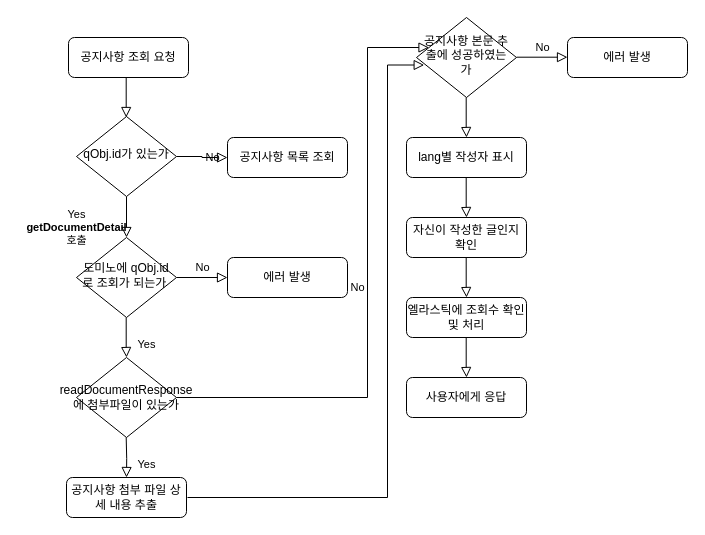
HeoJeongJu/flow keeps this draw.io diagram as page "Page-1" (1 of 2) of 제목 없는 다이어그램.drawio. Above is the earlier version. Source tidied: cells renumbered, new cells numbered last; positions are measured from the earlier drawing's top-left corner, leaving out a move shared by most shapes. Both pictures are drawn from the tidied source at 100%, with x=0, y=0 at pixel (66, 17).
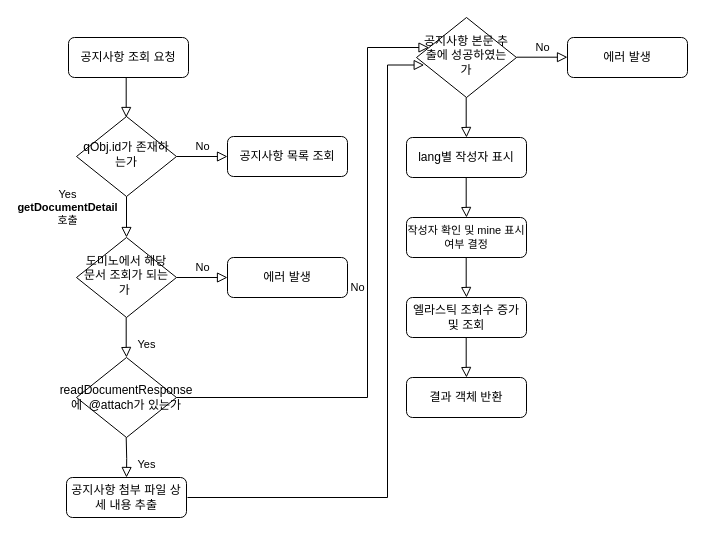
The same diagram, later.

Commit message:
제목 없는 다이어그램.drawio 업데이트

Diff of the diagram source:
```diff
@@
     <mxCell id="3" value="Yes&lt;div&gt;&lt;b&gt;getDocumentDetail&lt;/b&gt;&lt;/div&gt;&lt;div&gt;호출&lt;/div&gt;" style="rounded=0;html=1;jettySize=auto;fontSize=11;endArrow=block;endFill=0;endSize=8;strokeWidth=1;shadow=0;labelBackgroundColor=none;edgeStyle=orthogonalEdgeStyle;entryX=0.5;entryY=0;entryDx=0;entryDy=0;exitX=0.5;exitY=1;exitDx=0;exitDy=0;" parent="1" edge="1" source="5" target="9">
-      <mxGeometry x="0.5" y="-50" relative="1" as="geometry" />
+      <mxGeometry x="-0.46" y="-59" relative="1" as="geometry" />
     </mxCell>
@@
-    <mxCell id="5" value="&lt;p style=&quot;margin-top: 0pt; margin-bottom: 0pt; margin-left: 0in; direction: ltr; unicode-bidi: embed;&quot;&gt;&lt;span style=&quot;font-family: &amp;quot;맑은 고딕&amp;quot;;&quot;&gt;qObj.id&lt;/span&gt;&lt;span style=&quot;font-family: &amp;quot;맑은 고딕&amp;quot;;&quot;&gt;가 있는가&lt;/span&gt;&lt;/p&gt;" style="rhombus;whiteSpace=wrap;html=1;shadow=0;fontFamily=Helvetica;fontSize=12;align=center;strokeWidth=1;spacing=6;spacingTop=-4;" parent="1" vertex="1">
+    <mxCell id="5" value="&lt;p style=&quot;margin-top: 0pt; margin-bottom: 0pt; margin-left: 0in; direction: ltr; unicode-bidi: embed;&quot;&gt;&lt;span style=&quot;font-family: &amp;quot;맑은 고딕&amp;quot;;&quot;&gt;qObj.id&lt;/span&gt;&lt;span style=&quot;font-family: &amp;quot;맑은 고딕&amp;quot;;&quot;&gt;가 존재하는가&lt;/span&gt;&lt;/p&gt;" style="rhombus;whiteSpace=wrap;html=1;shadow=0;fontFamily=Helvetica;fontSize=12;align=center;strokeWidth=1;spacing=6;spacingTop=-4;" parent="1" vertex="1">
       <mxGeometry x="10" y="99" width="100" height="80" as="geometry" />
     </mxCell>
     <mxCell id="6" value="&lt;p style=&quot;margin-top: 0pt; margin-bottom: 0pt; margin-left: 0in; direction: ltr; unicode-bidi: embed;&quot;&gt;&lt;span style=&quot;font-family: &amp;quot;맑은 고딕&amp;quot;;&quot;&gt;&lt;font style=&quot;font-size: 12px;&quot;&gt;공지사항 목록 조회&lt;/font&gt;&lt;/span&gt;&lt;/p&gt;" style="rounded=1;whiteSpace=wrap;html=1;fontSize=12;glass=0;strokeWidth=1;shadow=0;" parent="1" vertex="1">
-      <mxGeometry x="161" y="120" width="120" height="40" as="geometry" />
+      <mxGeometry x="161" y="119" width="120" height="40" as="geometry" />
     </mxCell>
@@
-    <mxCell id="9" value="&lt;p style=&quot;margin-top: 0pt; margin-bottom: 0pt; margin-left: 0in; direction: ltr; unicode-bidi: embed;&quot;&gt;&lt;span style=&quot;font-family: &amp;quot;맑은 고딕&amp;quot;;&quot;&gt;도미노에 &lt;/span&gt;&lt;span style=&quot;font-family: &amp;quot;맑은 고딕&amp;quot;;&quot;&gt;qObj.id&lt;/span&gt;&lt;span style=&quot;font-family: &amp;quot;맑은 고딕&amp;quot;;&quot;&gt;로 조회가 되는가&amp;nbsp;&lt;/span&gt;&lt;/p&gt;" style="rhombus;whiteSpace=wrap;html=1;shadow=0;fontFamily=Helvetica;fontSize=12;align=center;strokeWidth=1;spacing=6;spacingTop=-4;" parent="1" vertex="1">
+    <mxCell id="9" value="&lt;p style=&quot;margin-top: 0pt; margin-bottom: 0pt; margin-left: 0in; direction: ltr; unicode-bidi: embed;&quot;&gt;&lt;span style=&quot;font-family: &amp;quot;맑은 고딕&amp;quot;;&quot;&gt;도미노에서 해당 문서&lt;/span&gt;&lt;span style=&quot;font-family: &amp;quot;맑은 고딕&amp;quot;;&quot;&gt;&amp;nbsp;조회가 되는가&amp;nbsp;&lt;/span&gt;&lt;/p&gt;" style="rhombus;whiteSpace=wrap;html=1;shadow=0;fontFamily=Helvetica;fontSize=12;align=center;strokeWidth=1;spacing=6;spacingTop=-4;" parent="1" vertex="1">
       <mxGeometry x="10" y="220" width="100" height="80" as="geometry" />
     </mxCell>
@@
-    <mxCell id="11" value="&lt;p style=&quot;margin-top: 0pt; margin-bottom: 0pt; margin-left: 0in; direction: ltr; unicode-bidi: embed;&quot;&gt;&lt;span style=&quot;font-family: &amp;quot;맑은 고딕&amp;quot;;&quot;&gt;&lt;font style=&quot;font-size: 12px;&quot;&gt;readDocumentResponse&lt;/font&gt;&lt;/span&gt;&lt;/p&gt;&lt;p style=&quot;margin-top: 0pt; margin-bottom: 0pt; margin-left: 0in; direction: ltr; unicode-bidi: embed;&quot;&gt;&lt;span style=&quot;font-family: &amp;quot;맑은 고딕&amp;quot;;&quot;&gt;&lt;font style=&quot;font-size: 12px;&quot;&gt;에 첨부파일이 있는가&lt;/font&gt;&lt;/span&gt;&lt;/p&gt;" style="rhombus;whiteSpace=wrap;html=1;" parent="1" vertex="1">
+    <mxCell id="11" value="&lt;p style=&quot;margin-top: 0pt; margin-bottom: 0pt; margin-left: 0in; direction: ltr; unicode-bidi: embed;&quot;&gt;&lt;span style=&quot;font-family: &amp;quot;맑은 고딕&amp;quot;;&quot;&gt;&lt;font style=&quot;font-size: 12px;&quot;&gt;readDocumentResponse&lt;/font&gt;&lt;/span&gt;&lt;/p&gt;&lt;p style=&quot;margin-top: 0pt; margin-bottom: 0pt; margin-left: 0in; direction: ltr; unicode-bidi: embed;&quot;&gt;&lt;span style=&quot;font-family: &amp;quot;맑은 고딕&amp;quot;;&quot;&gt;&lt;font style=&quot;font-size: 12px;&quot;&gt;에&amp;nbsp;&lt;/font&gt;&lt;/span&gt; @attach가&lt;span style=&quot;font-family: &amp;quot;맑은 고딕&amp;quot;;&quot;&gt;&lt;font style=&quot;font-size: 12px;&quot;&gt;&amp;nbsp;있는가&lt;/font&gt;&lt;/span&gt;&lt;/p&gt;" style="rhombus;whiteSpace=wrap;html=1;" parent="1" vertex="1">
       <mxGeometry x="10" y="340" width="100" height="80" as="geometry" />
     </mxCell>
@@
-    <mxCell id="23" value="&lt;p style=&quot;margin-top: 0pt; margin-bottom: 0pt; margin-left: 0in; direction: ltr; unicode-bidi: embed;&quot;&gt;&lt;font face=&quot;맑은 고딕&quot;&gt;&lt;span style=&quot;font-size: 12px;&quot;&gt;자신이 작성한 글인지 확인&lt;/span&gt;&lt;/font&gt;&lt;/p&gt;" style="rounded=1;whiteSpace=wrap;html=1;fontSize=11;glass=0;strokeWidth=1;shadow=0;" parent="1" vertex="1">
+    <mxCell id="23" value="&lt;p style=&quot;margin-top: 0pt; margin-bottom: 0pt; margin-left: 0in; direction: ltr; unicode-bidi: embed;&quot;&gt;작성자 확인 및 mine 표시 여부 결정&lt;br&gt;&lt;/p&gt;" style="rounded=1;whiteSpace=wrap;html=1;fontSize=11;glass=0;strokeWidth=1;shadow=0;" parent="1" vertex="1">
       <mxGeometry x="340" y="200" width="120" height="40" as="geometry" />
     </mxCell>
-    <mxCell id="24" value="&lt;p style=&quot;margin-top: 0pt; margin-bottom: 0pt; margin-left: 0in; direction: ltr; unicode-bidi: embed;&quot;&gt;&lt;font face=&quot;맑은 고딕&quot;&gt;&lt;span style=&quot;font-size: 12px;&quot;&gt;엘라스틱에 조회수 확인 및 처리&lt;/span&gt;&lt;/font&gt;&lt;/p&gt;" style="rounded=1;whiteSpace=wrap;html=1;fontSize=11;glass=0;strokeWidth=1;shadow=0;" parent="1" vertex="1">
+    <mxCell id="24" value="&lt;p style=&quot;margin-top: 0pt; margin-bottom: 0pt; margin-left: 0in; direction: ltr; unicode-bidi: embed;&quot;&gt;&lt;font face=&quot;맑은 고딕&quot;&gt;&lt;span style=&quot;font-size: 12px;&quot;&gt;엘라스틱 조회수 증가 및 조회&lt;/span&gt;&lt;/font&gt;&lt;/p&gt;" style="rounded=1;whiteSpace=wrap;html=1;fontSize=11;glass=0;strokeWidth=1;shadow=0;" parent="1" vertex="1">
       <mxGeometry x="340" y="280" width="120" height="40" as="geometry" />
     </mxCell>
@@
-    <mxCell id="26" value="&lt;p style=&quot;margin-top: 0pt; margin-bottom: 0pt; margin-left: 0in; direction: ltr; unicode-bidi: embed;&quot;&gt;&lt;font face=&quot;맑은 고딕&quot;&gt;&lt;span style=&quot;font-size: 12px;&quot;&gt;사용자에게 응답&lt;/span&gt;&lt;/font&gt;&lt;/p&gt;" style="rounded=1;whiteSpace=wrap;html=1;fontSize=11;glass=0;strokeWidth=1;shadow=0;" parent="1" vertex="1">
+    <mxCell id="26" value="&lt;p style=&quot;margin-top: 0pt; margin-bottom: 0pt; margin-left: 0in; direction: ltr; unicode-bidi: embed;&quot;&gt;&lt;font face=&quot;맑은 고딕&quot;&gt;&lt;span style=&quot;font-size: 12px;&quot;&gt;결과 객체 반환&lt;/span&gt;&lt;/font&gt;&lt;/p&gt;" style="rounded=1;whiteSpace=wrap;html=1;fontSize=11;glass=0;strokeWidth=1;shadow=0;" parent="1" vertex="1">
       <mxGeometry x="340" y="360" width="120" height="40" as="geometry" />
     </mxCell>
```
